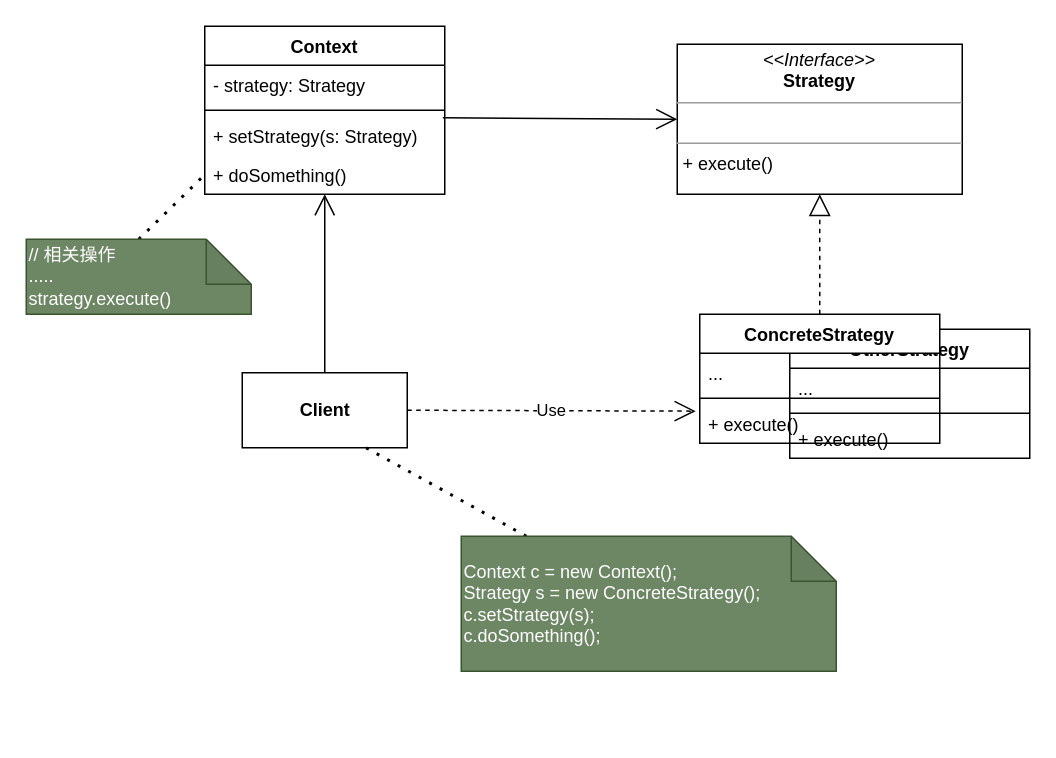
Above: 策略模式.drawio in HsoulLink/designpattern_pic (draw.io), before the change. Source tidied: cells renumbered, new cells numbered last; positions are measured from the earlier drawing's top-left corner, leaving out a move shared by most shapes. Both pictures are drawn from the tidied source at 150%, with x=0, y=0 at pixel (26, 26).
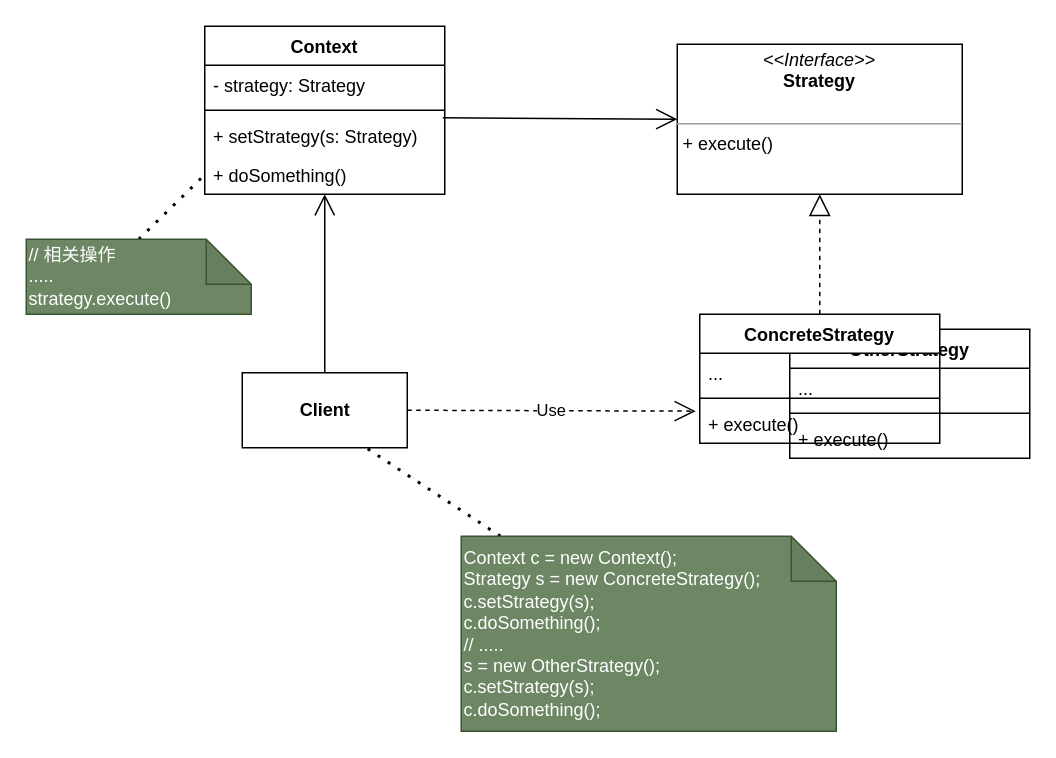
Above is the later version.

Commit message (it also covers changes not shown here):
更新策略模式.drawio

Diff of the diagram source:
```diff
@@
-    <mxCell id="2" value="&lt;p style=&quot;margin:0px;margin-top:4px;text-align:center;&quot;&gt;&lt;i&gt;&amp;lt;&amp;lt;Interface&amp;gt;&amp;gt;&lt;/i&gt;&lt;br&gt;&lt;b&gt;Strategy&lt;/b&gt;&lt;/p&gt;&lt;hr size=&quot;1&quot;&gt;&lt;p style=&quot;margin:0px;margin-left:4px;&quot;&gt;&lt;br&gt;&lt;/p&gt;&lt;hr size=&quot;1&quot;&gt;&lt;p style=&quot;margin:0px;margin-left:4px;&quot;&gt;+ execute()&lt;/p&gt;" style="verticalAlign=top;align=left;overflow=fill;fontSize=12;fontFamily=Helvetica;html=1;" parent="1" vertex="1">
+    <mxCell id="2" value="&lt;p style=&quot;margin:0px;margin-top:4px;text-align:center;&quot;&gt;&lt;i&gt;&amp;lt;&amp;lt;Interface&amp;gt;&amp;gt;&lt;/i&gt;&lt;br&gt;&lt;b&gt;Strategy&lt;/b&gt;&lt;/p&gt;&lt;p style=&quot;margin:0px;margin-left:4px;&quot;&gt;&lt;br&gt;&lt;/p&gt;&lt;hr size=&quot;1&quot;&gt;&lt;p style=&quot;margin:0px;margin-left:4px;&quot;&gt;+ execute()&lt;/p&gt;" style="verticalAlign=top;align=left;overflow=fill;fontSize=12;fontFamily=Helvetica;html=1;" parent="1" vertex="1">
       <mxGeometry x="434" y="12" width="190" height="100" as="geometry" />
     </mxCell>
@@
-    <mxCell id="24" value="Context c = new Context();&lt;br&gt;Strategy s = new ConcreteStrategy();&lt;br&gt;c.setStrategy(s);&lt;br&gt;c.doSomething();" style="shape=note;whiteSpace=wrap;html=1;backgroundOutline=1;darkOpacity=0.05;align=left;fillColor=#6d8764;fontColor=#ffffff;strokeColor=#3A5431;" parent="1" vertex="1">
-      <mxGeometry x="290" y="340" width="250" height="90" as="geometry" />
+    <mxCell id="24" value="Context c = new Context();&lt;br&gt;Strategy s = new ConcreteStrategy();&lt;br&gt;c.setStrategy(s);&lt;br&gt;c.doSomething();&lt;br&gt;// .....&lt;br&gt;s = new OtherStrategy();&lt;br&gt;c.setStrategy(s);&lt;br&gt;c.doSomething();" style="shape=note;whiteSpace=wrap;html=1;backgroundOutline=1;darkOpacity=0.05;align=left;fillColor=#6d8764;fontColor=#ffffff;strokeColor=#3A5431;" parent="1" vertex="1">
+      <mxGeometry x="290" y="340" width="250" height="130" as="geometry" />
     </mxCell>
```
